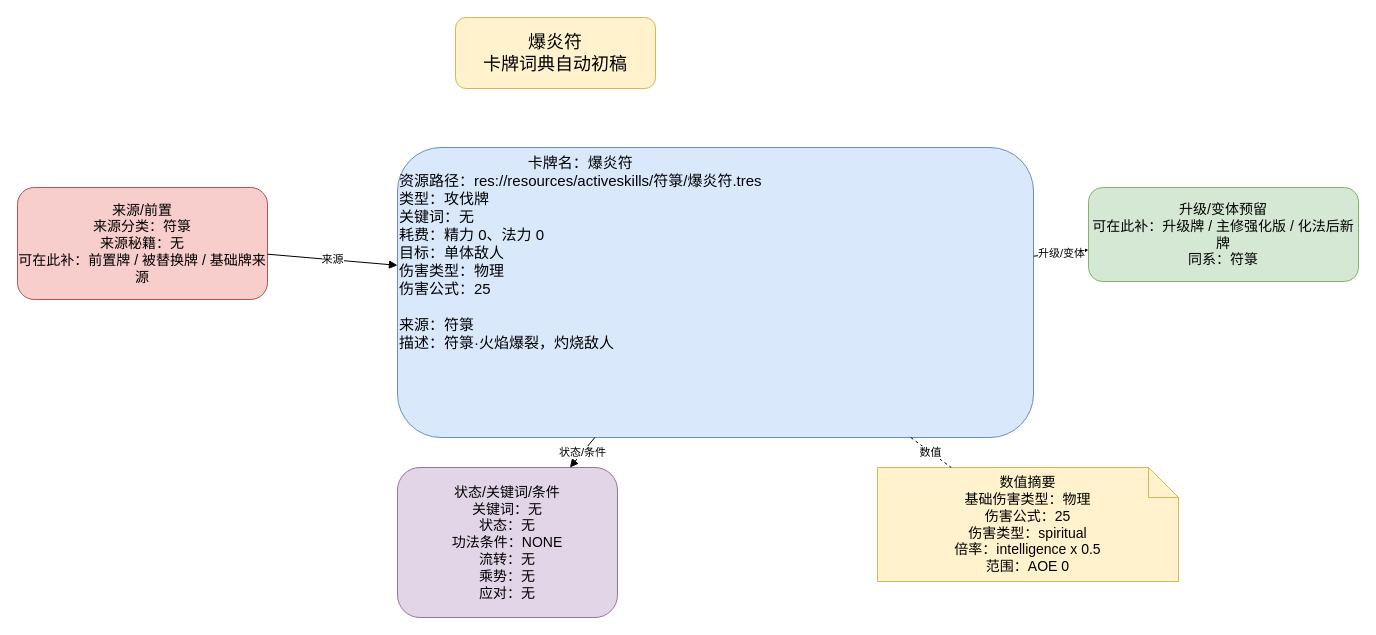
Before: docs/卡牌词典/符箓/爆炎符.drawio in ankundanetracyc-spec/tian-guan-you-du, a draw.io diagram. Source tidied: cells renumbered, new cells numbered last; positions are measured from the earlier drawing's top-left corner, leaving out a move shared by most shapes. Both pictures are drawn from the tidied source at 100%, with x=0, y=0 at pixel (17, 17).
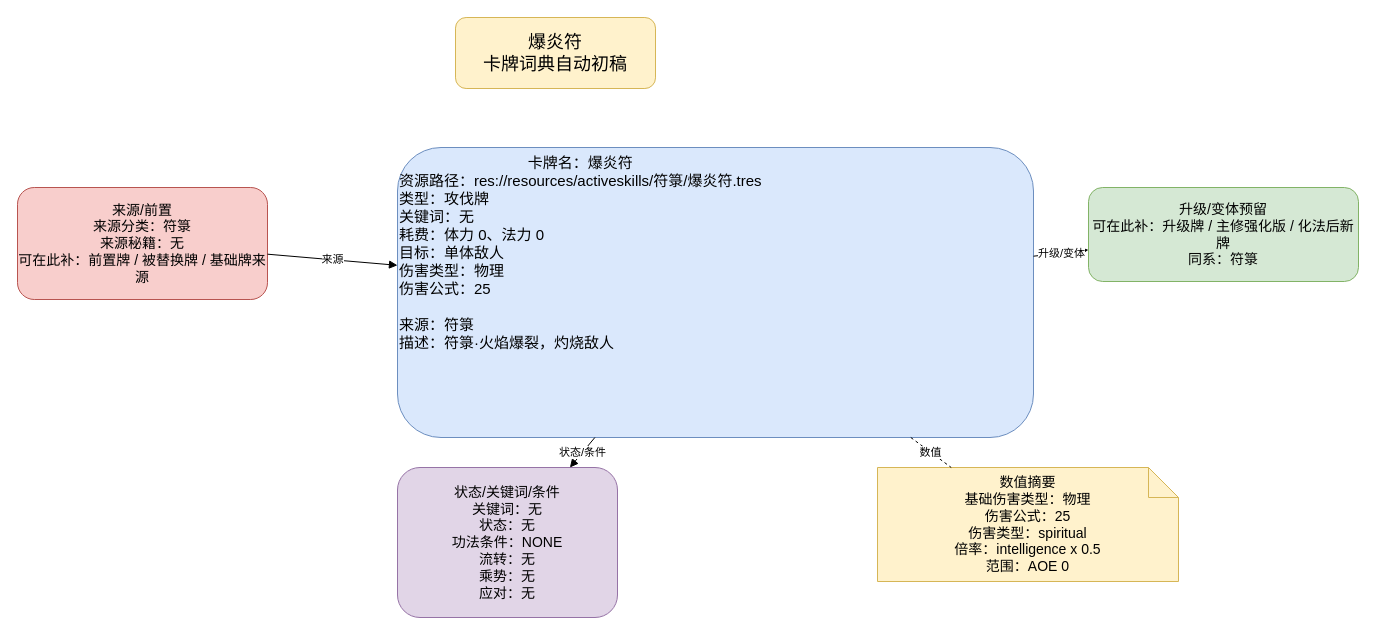
Above is the later version.

The edit, as a diff of the source:
```diff
@@
 <mxGraphModel>
   <root>
     <mxCell id="0" />
     <mxCell id="1" parent="0" />
     <mxCell id="2" value="爆炎符&#10;卡牌词典自动初稿" style="rounded=1;whiteSpace=wrap;html=1;fillColor=#fff2cc;strokeColor=#d6b656;fontSize=18;" parent="1" vertex="1">
       <mxGeometry x="438" width="200" height="71" as="geometry" />
     </mxCell>
-    <mxCell id="3" value="&lt;div style=&quot;text-align:center;&quot;&gt;卡牌名：爆炎符&lt;/div&gt;&lt;div style=&quot;text-align:left;&quot;&gt;资源路径：res://resources/activeskills/符箓/爆炎符.tres&lt;br&gt;类型：攻伐牌&lt;br&gt;关键词：无&lt;br&gt;耗费：精力 0、法力 0&lt;br&gt;目标：单体敌人&lt;br&gt;伤害类型：物理&lt;br&gt;伤害公式：25&lt;/div&gt;&lt;br&gt;来源：符箓&lt;br&gt;描述：符箓·火焰爆裂，灼烧敌人" style="rounded=1;whiteSpace=wrap;html=1;fillColor=#dae8fc;strokeColor=#6c8ebf;fontSize=15;align=left;verticalAlign=top;" parent="1" vertex="1">
+    <mxCell id="3" value="&lt;div style=&quot;text-align:center;&quot;&gt;卡牌名：爆炎符&lt;/div&gt;&lt;div style=&quot;text-align:left;&quot;&gt;资源路径：res://resources/activeskills/符箓/爆炎符.tres&lt;br&gt;类型：攻伐牌&lt;br&gt;关键词：无&lt;br&gt;耗费：体力 0、法力 0&lt;br&gt;目标：单体敌人&lt;br&gt;伤害类型：物理&lt;br&gt;伤害公式：25&lt;/div&gt;&lt;br&gt;来源：符箓&lt;br&gt;描述：符箓·火焰爆裂，灼烧敌人" style="rounded=1;whiteSpace=wrap;html=1;fillColor=#dae8fc;strokeColor=#6c8ebf;fontSize=15;align=left;verticalAlign=top;" parent="1" vertex="1">
       <mxGeometry x="380" y="130" width="636" height="290" as="geometry" />
     </mxCell>
     <mxCell id="4" value="来源/前置&#10;来源分类：符箓&#10;来源秘籍：无&#10;可在此补：前置牌 / 被替换牌 / 基础牌来源" style="rounded=1;whiteSpace=wrap;html=1;fillColor=#f8cecc;strokeColor=#b85450;fontSize=14;" parent="1" vertex="1">
       <mxGeometry y="170" width="250" height="112" as="geometry" />
     </mxCell>
     <mxCell id="5" value="升级/变体预留&#10;可在此补：升级牌 / 主修强化版 / 化法后新牌&#10;同系：符箓" style="rounded=1;whiteSpace=wrap;html=1;fillColor=#d5e8d4;strokeColor=#82b366;fontSize=14;" parent="1" vertex="1">
       <mxGeometry x="1071" y="170" width="270" height="94" as="geometry" />
     </mxCell>
     <mxCell id="6" value="状态/关键词/条件&#10;关键词：无&#10;状态：无&#10;功法条件：NONE&#10;流转：无&#10;乘势：无&#10;应对：无" style="rounded=1;whiteSpace=wrap;html=1;fillColor=#e1d5e7;strokeColor=#9673a6;fontSize=14;" parent="1" vertex="1">
       <mxGeometry x="380" y="450" width="220" height="150" as="geometry" />
     </mxCell>
     <mxCell id="7" value="数值摘要&lt;br&gt;基础伤害类型：物理&lt;br&gt;伤害公式：25&lt;br&gt;伤害类型：spiritual&lt;br&gt;倍率：intelligence x 0.5&lt;br&gt;范围：AOE 0" style="shape=note;whiteSpace=wrap;html=1;fillColor=#fff2cc;strokeColor=#d6b656;fontSize=14;" parent="1" vertex="1">
       <mxGeometry x="860" y="450" width="301" height="114" as="geometry" />
     </mxCell>
     <mxCell id="8" value="来源" style="endArrow=block;html=1;rounded=0;" parent="1" edge="1" source="4" target="3">
       <mxGeometry relative="1" as="geometry" />
     </mxCell>
     <mxCell id="9" value="升级/变体" style="endArrow=block;html=1;rounded=0;" parent="1" edge="1" source="3" target="5">
       <mxGeometry relative="1" as="geometry" />
     </mxCell>
     <mxCell id="10" value="状态/条件" style="endArrow=block;html=1;rounded=0;" parent="1" edge="1" source="3" target="6">
       <mxGeometry relative="1" as="geometry" />
     </mxCell>
     <mxCell id="11" value="数值" style="endArrow=none;dashed=1;html=1;" parent="1" edge="1" source="3" target="7">
       <mxGeometry relative="1" as="geometry" />
     </mxCell>
   </root>
 </mxGraphModel>
```
